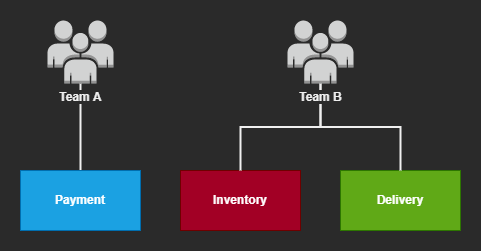
Earlier version of the draw.io export assets/team.png (epomatti/microservices-archetypes). Source tidied: cells renumbered, new cells last; positions are measured from the earlier drawing's top-left corner, leaving out a move shared by most shapes. The source it was exported from:
```xml
<mxGraphModel>
  <root>
    <mxCell id="0" />
    <mxCell id="1" parent="0" />
    <mxCell id="2" style="edgeStyle=orthogonalEdgeStyle;rounded=0;jettySize=auto;html=1;startArrow=none;startFill=0;endArrow=none;endFill=0;strokeWidth=2;" parent="1" edge="1" source="6" target="3">
      <mxGeometry relative="1" as="geometry" />
    </mxCell>
    <mxCell id="3" value="Payment" style="rounded=0;whiteSpace=wrap;html=1;fontStyle=1;fillColor=#1ba1e2;fontColor=#ffffff;strokeColor=#006EAF;" parent="1" vertex="1">
      <mxGeometry y="150" width="120" height="60" as="geometry" />
    </mxCell>
    <mxCell id="4" value="Inventory" style="rounded=0;whiteSpace=wrap;html=1;fontStyle=1;fillColor=#a20025;fontColor=#ffffff;strokeColor=#6F0000;" parent="1" vertex="1">
      <mxGeometry x="160" y="150" width="120" height="60" as="geometry" />
    </mxCell>
    <mxCell id="5" value="Delivery" style="rounded=0;whiteSpace=wrap;html=1;fontStyle=1;fillColor=#60a917;fontColor=#ffffff;strokeColor=#2D7600;" parent="1" vertex="1">
      <mxGeometry x="320" y="150" width="120" height="60" as="geometry" />
    </mxCell>
    <mxCell id="6" value="Team A" style="outlineConnect=0;dashed=0;verticalLabelPosition=bottom;verticalAlign=top;align=center;html=1;shape=mxgraph.aws3.users;fillColor=#D2D3D3;gradientColor=none;fontStyle=1;labelBackgroundColor=default;" parent="1" vertex="1">
      <mxGeometry x="27" width="66" height="63" as="geometry" />
    </mxCell>
    <mxCell id="7" style="edgeStyle=orthogonalEdgeStyle;rounded=0;jettySize=auto;html=1;startArrow=none;startFill=0;endArrow=none;endFill=0;strokeWidth=2;" parent="1" edge="1" source="9" target="4">
      <mxGeometry relative="1" as="geometry" />
    </mxCell>
    <mxCell id="8" style="edgeStyle=orthogonalEdgeStyle;rounded=0;jettySize=auto;html=1;startArrow=none;startFill=0;endArrow=none;endFill=0;strokeWidth=2;" parent="1" edge="1" source="9" target="5">
      <mxGeometry relative="1" as="geometry" />
    </mxCell>
    <mxCell id="9" value="Team B" style="outlineConnect=0;dashed=0;verticalLabelPosition=bottom;verticalAlign=top;align=center;html=1;shape=mxgraph.aws3.users;fillColor=#D2D3D3;gradientColor=none;fontStyle=1;labelBackgroundColor=default;" parent="1" vertex="1">
      <mxGeometry x="267" width="66" height="63" as="geometry" />
    </mxCell>
  </root>
</mxGraphModel>
```
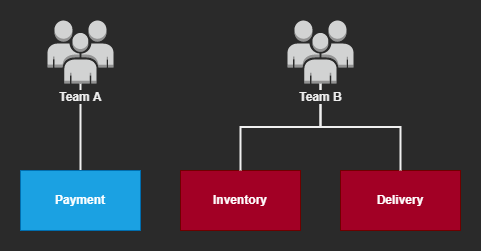
Above is the later version.

What changed in the source:
```diff
@@ -11,7 +11,7 @@
     <mxCell id="4" value="Inventory" style="rounded=0;whiteSpace=wrap;html=1;fontStyle=1;fillColor=#a20025;fontColor=#ffffff;strokeColor=#6F0000;" parent="1" vertex="1">
       <mxGeometry x="160" y="150" width="120" height="60" as="geometry" />
     </mxCell>
-    <mxCell id="5" value="Delivery" style="rounded=0;whiteSpace=wrap;html=1;fontStyle=1;fillColor=#60a917;fontColor=#ffffff;strokeColor=#2D7600;" parent="1" vertex="1">
+    <mxCell id="5" value="Delivery" style="rounded=0;whiteSpace=wrap;html=1;fontStyle=1;fillColor=#a20025;fontColor=#ffffff;strokeColor=#6F0000;" parent="1" vertex="1">
       <mxGeometry x="320" y="150" width="120" height="60" as="geometry" />
     </mxCell>
     <mxCell id="6" value="Team A" style="outlineConnect=0;dashed=0;verticalLabelPosition=bottom;verticalAlign=top;align=center;html=1;shape=mxgraph.aws3.users;fillColor=#D2D3D3;gradientColor=none;fontStyle=1;labelBackgroundColor=default;" parent="1" vertex="1">
```
